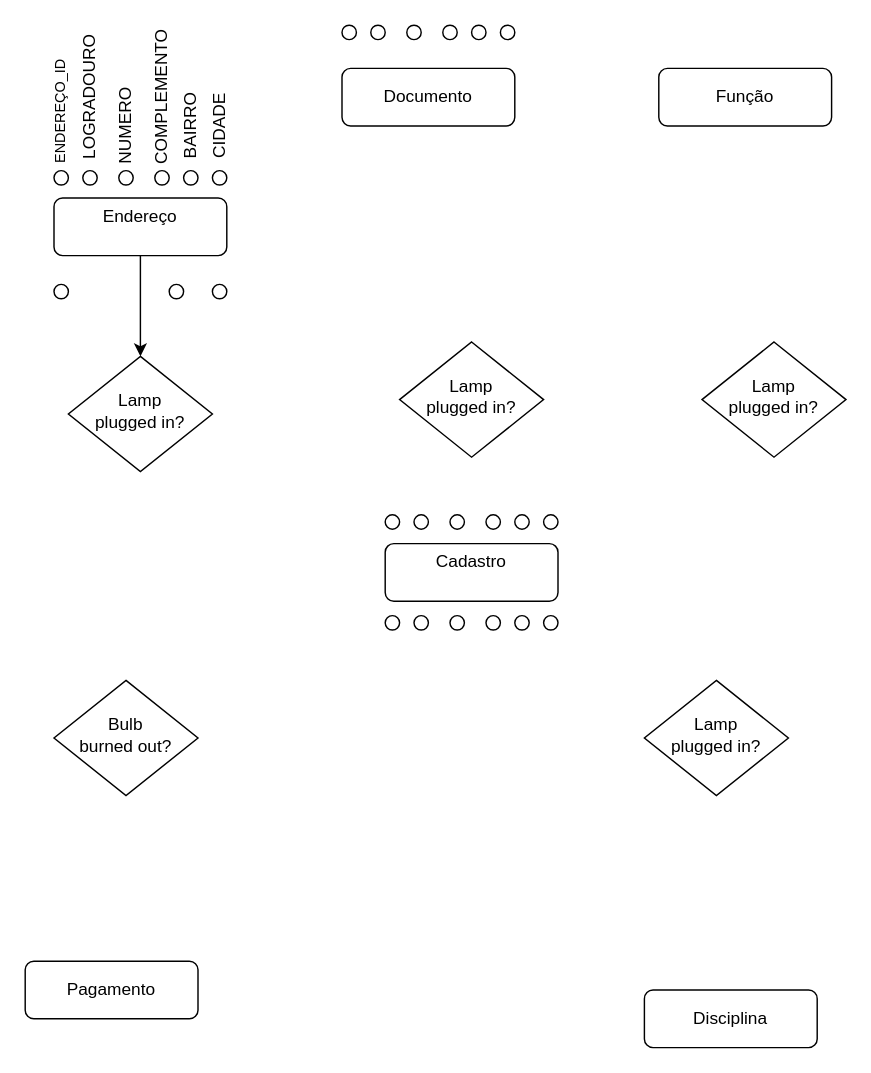
Nicholasmais/diagrams keeps this draw.io diagram as bd2Diagram.drawio. Above is the earlier version. Source tidied: cells renumbered, new cells numbered last; positions are measured from the earlier drawing's top-left corner, leaving out a move shared by most shapes. Both pictures are drawn from the tidied source at 144%, with x=0, y=0 at pixel (24, 24).
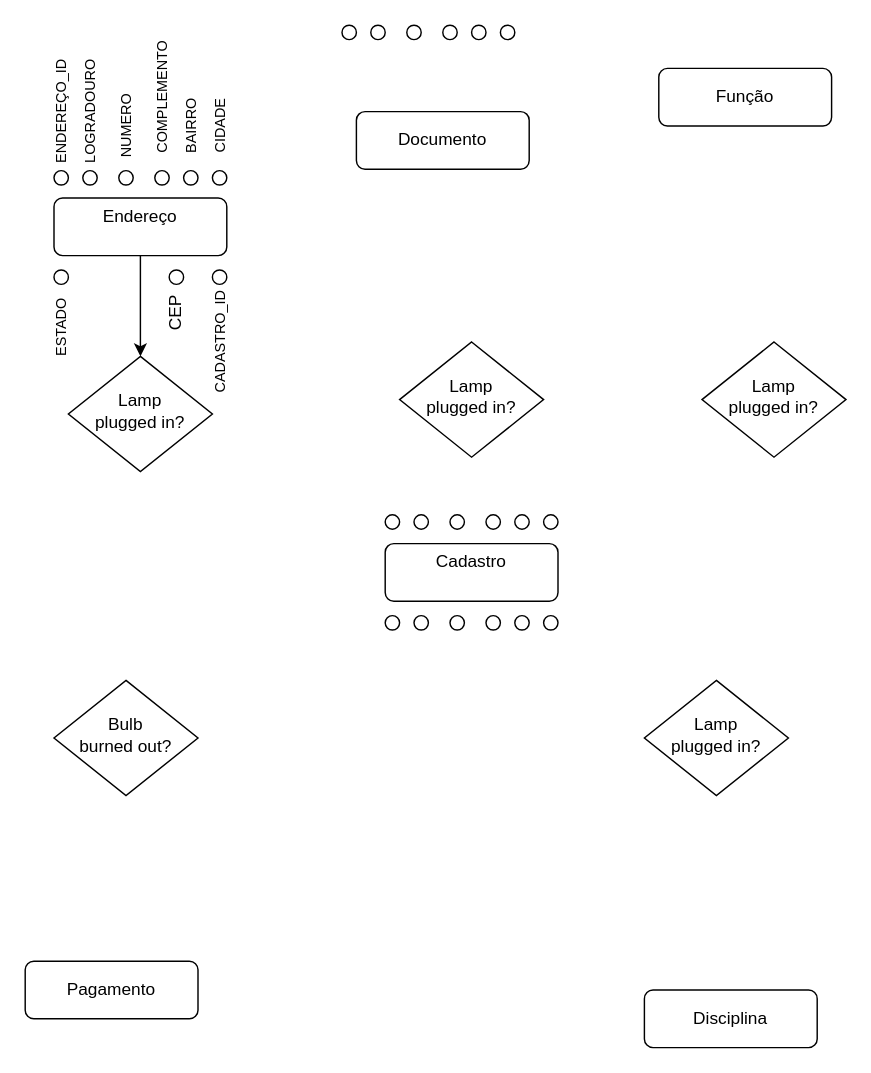
The same diagram, later.

Change to the diagram source:
```diff
@@
     <mxCell id="7" value="Documento" style="rounded=1;whiteSpace=wrap;html=1;fontSize=12;glass=0;strokeWidth=1;shadow=0;" parent="1" vertex="1">
-      <mxGeometry x="220" y="30" width="120" height="40" as="geometry" />
+      <mxGeometry x="230" y="60" width="120" height="40" as="geometry" />
     </mxCell>
@@
     <mxCell id="20" style="ellipse;whiteSpace=wrap;html=1;" parent="1" vertex="1">
-      <mxGeometry x="20" y="180" width="10" height="10" as="geometry" />
+      <mxGeometry x="20" y="170" width="10" height="10" as="geometry" />
     </mxCell>
     <mxCell id="21" style="ellipse;whiteSpace=wrap;html=1;" parent="1" vertex="1">
-      <mxGeometry x="100" y="180" width="10" height="10" as="geometry" />
+      <mxGeometry x="100" y="170" width="10" height="10" as="geometry" />
     </mxCell>
     <mxCell id="22" style="ellipse;whiteSpace=wrap;html=1;" parent="1" vertex="1">
-      <mxGeometry x="130" y="180" width="10" height="10" as="geometry" />
+      <mxGeometry x="130" y="170" width="10" height="10" as="geometry" />
     </mxCell>
@@
-    <mxCell id="41" value="&lt;font style=&quot;font-size: 10px&quot;&gt;ENDEREÇO_ID&lt;/font&gt;" style="text;html=1;strokeColor=none;fillColor=none;align=center;verticalAlign=middle;whiteSpace=wrap;rounded=0;rotation=-90;" parent="1" vertex="1">
-      <mxGeometry x="4" y="50" width="40" height="20" as="geometry" />
+    <mxCell id="41" value="&lt;font style=&quot;font-size: 10px&quot;&gt;ESTADO&lt;/font&gt;" style="text;html=1;strokeColor=none;fillColor=none;align=center;verticalAlign=middle;whiteSpace=wrap;rounded=0;rotation=-90;" parent="1" vertex="1">
+      <mxGeometry x="5" y="200" width="40" height="20" as="geometry" />
     </mxCell>
-    <mxCell id="42" value="&lt;div&gt;LOGRADOURO&lt;/div&gt;" style="text;html=1;strokeColor=none;fillColor=none;align=center;verticalAlign=middle;whiteSpace=wrap;rounded=0;rotation=-90;" parent="1" vertex="1">
-      <mxGeometry x="25" y="40" width="40" height="20" as="geometry" />
+    <mxCell id="42" value="&lt;div&gt;&lt;font style=&quot;font-size: 10px&quot;&gt;LOGRADOURO&lt;/font&gt;&lt;/div&gt;" style="text;html=1;strokeColor=none;fillColor=none;align=center;verticalAlign=middle;whiteSpace=wrap;rounded=0;rotation=-90;" parent="1" vertex="1">
+      <mxGeometry x="25" y="50" width="40" height="20" as="geometry" />
     </mxCell>
-    <mxCell id="43" value="NUMERO" style="text;html=1;strokeColor=none;fillColor=none;align=center;verticalAlign=middle;whiteSpace=wrap;rounded=0;rotation=-90;" parent="1" vertex="1">
+    <mxCell id="43" value="&lt;font style=&quot;font-size: 10px&quot;&gt;NUMERO&lt;/font&gt;" style="text;html=1;strokeColor=none;fillColor=none;align=center;verticalAlign=middle;whiteSpace=wrap;rounded=0;rotation=-90;" parent="1" vertex="1">
       <mxGeometry x="50" y="60" width="40" height="20" as="geometry" />
     </mxCell>
-    <mxCell id="44" value="COMPLEMENTO" style="text;html=1;strokeColor=none;fillColor=none;align=center;verticalAlign=middle;whiteSpace=wrap;rounded=0;rotation=-90;" parent="1" vertex="1">
+    <mxCell id="44" value="&lt;font style=&quot;font-size: 10px&quot;&gt;COMPLEMENTO&lt;/font&gt;" style="text;html=1;strokeColor=none;fillColor=none;align=center;verticalAlign=middle;whiteSpace=wrap;rounded=0;rotation=-90;" parent="1" vertex="1">
       <mxGeometry x="75" y="40" width="40" height="20" as="geometry" />
     </mxCell>
-    <mxCell id="45" value="BAIRRO" style="text;html=1;strokeColor=none;fillColor=none;align=center;verticalAlign=middle;whiteSpace=wrap;rounded=0;rotation=-90;" parent="1" vertex="1">
+    <mxCell id="45" value="&lt;font style=&quot;font-size: 10px&quot;&gt;BAIRRO&lt;/font&gt;" style="text;html=1;strokeColor=none;fillColor=none;align=center;verticalAlign=middle;whiteSpace=wrap;rounded=0;rotation=-90;" parent="1" vertex="1">
       <mxGeometry x="95" y="60" width="40" height="20" as="geometry" />
     </mxCell>
-    <mxCell id="46" value="CIDADE" style="text;html=1;strokeColor=none;fillColor=none;align=center;verticalAlign=middle;whiteSpace=wrap;rounded=0;rotation=-90;" parent="1" vertex="1">
+    <mxCell id="46" value="&lt;font style=&quot;font-size: 10px&quot;&gt;CIDADE&lt;/font&gt;" style="text;html=1;strokeColor=none;fillColor=none;align=center;verticalAlign=middle;whiteSpace=wrap;rounded=0;rotation=-90;" parent="1" vertex="1">
       <mxGeometry x="115" y="60" width="40" height="20" as="geometry" />
     </mxCell>
+    <mxCell id="47" value="&lt;font style=&quot;font-size: 10px&quot;&gt;ENDEREÇO_ID&lt;/font&gt;" style="text;html=1;strokeColor=none;fillColor=none;align=center;verticalAlign=middle;whiteSpace=wrap;rounded=0;rotation=-90;" parent="1" vertex="1">
+      <mxGeometry x="5" y="50" width="40" height="20" as="geometry" />
+    </mxCell>
+    <mxCell id="48" value="CEP" style="text;html=1;strokeColor=none;fillColor=none;align=center;verticalAlign=middle;whiteSpace=wrap;rounded=0;rotation=-90;" parent="1" vertex="1">
+      <mxGeometry x="85" y="190" width="40" height="20" as="geometry" />
+    </mxCell>
+    <mxCell id="49" value="&lt;font style=&quot;font-size: 10px&quot;&gt;CADASTRO_ID&lt;/font&gt;" style="text;html=1;strokeColor=none;fillColor=none;align=center;verticalAlign=middle;whiteSpace=wrap;rounded=0;rotation=-90;" parent="1" vertex="1">
+      <mxGeometry x="115" y="210" width="40" height="20" as="geometry" />
+    </mxCell>
```
